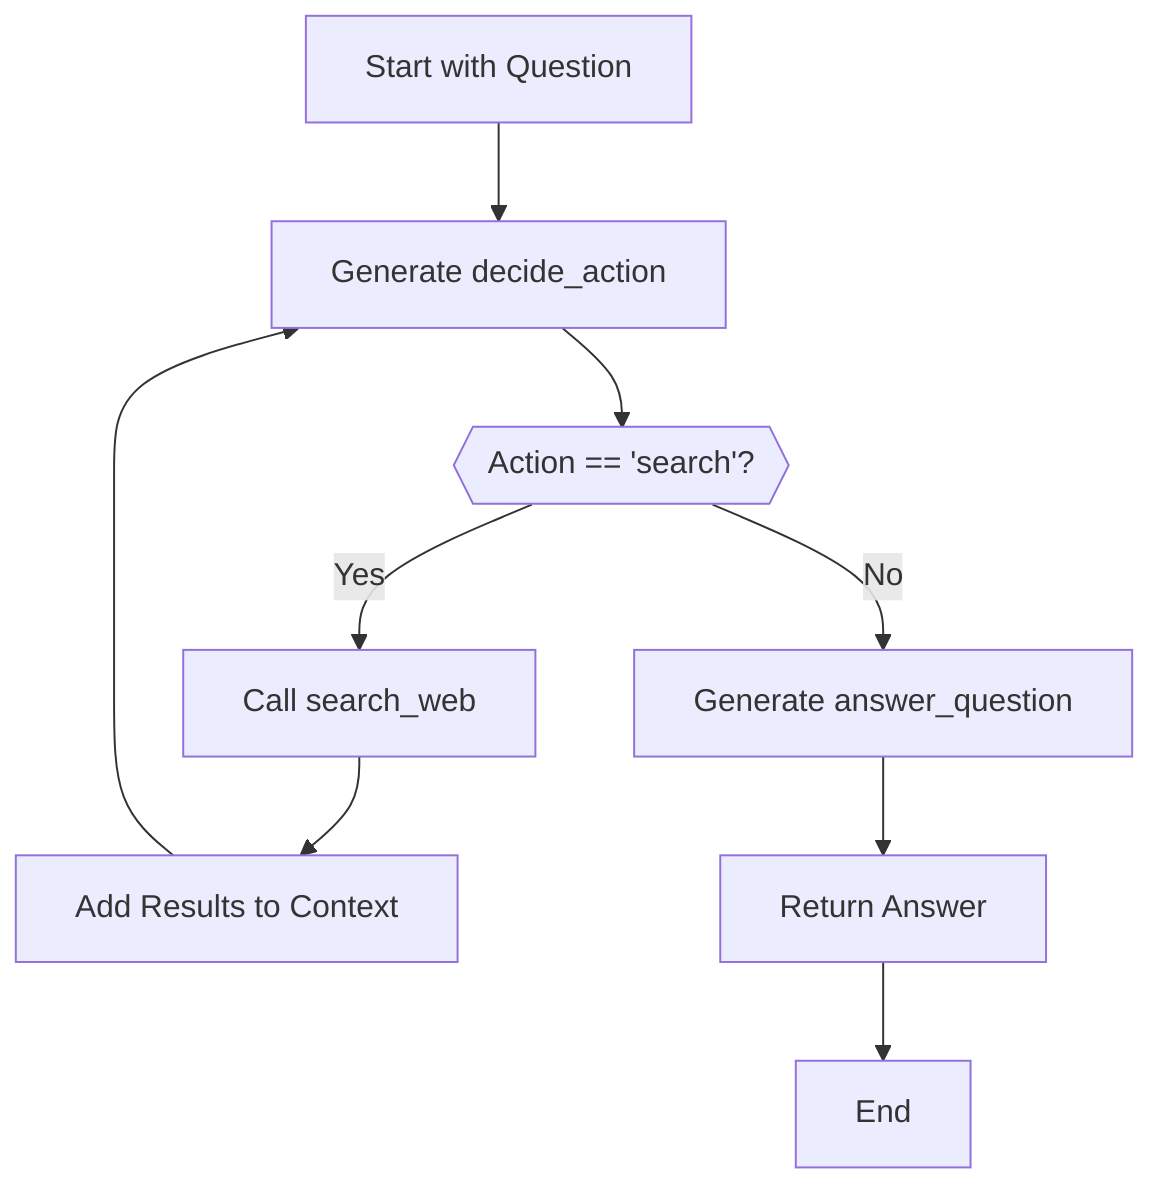
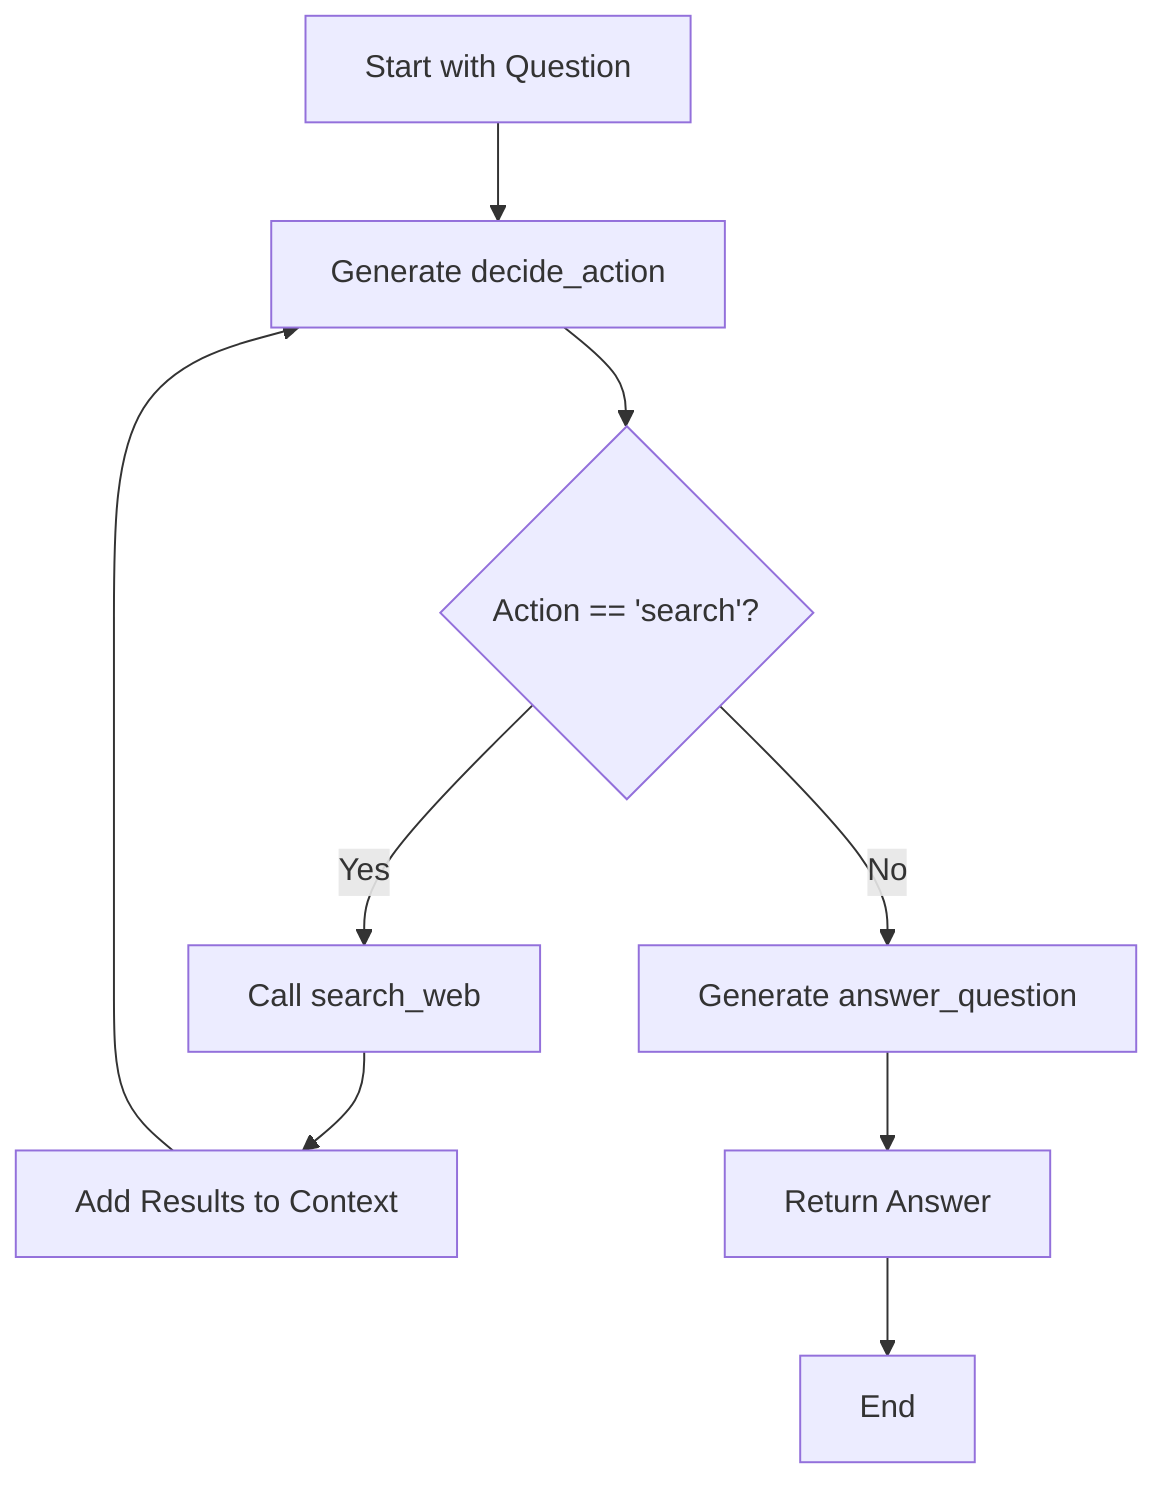
flowchart TD
    A[Start with Question] --> B[Generate decide_action]
-     B --> C{{Action == 'search'?}}
+     B --> C{Action == 'search'?}
    C -->|Yes| D[Call search_web]
    D --> E[Add Results to Context]
    E --> B
    C -->|No| F[Generate answer_question]
    F --> G[Return Answer]
-     G --> H[End]+     G --> H[End]
